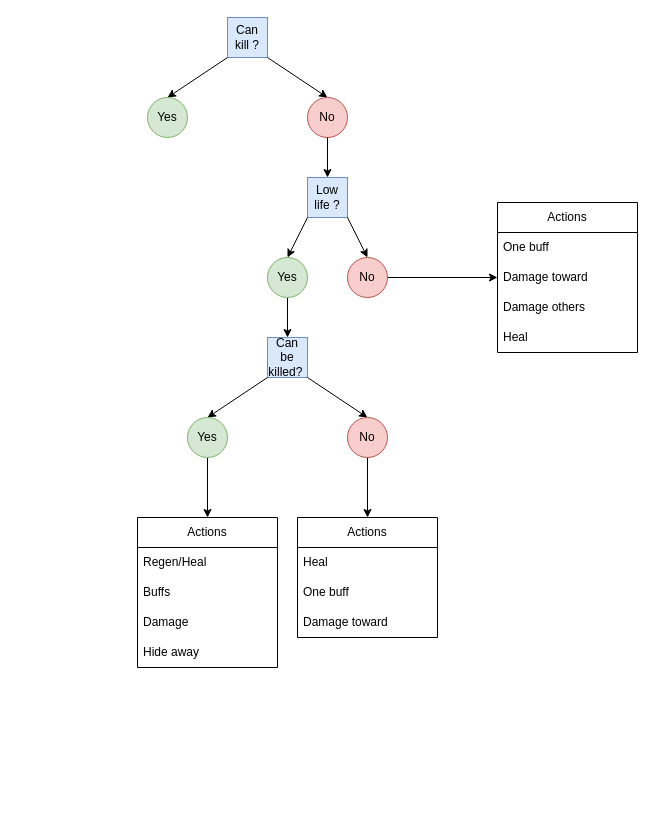
paulguillon/leekwars keeps this draw.io diagram as Diagramme sans nom.drawio. Above is the earlier version. Source tidied: cells renumbered, new cells numbered last; positions are measured from the earlier drawing's top-left corner, leaving out a move shared by most shapes. Both pictures are drawn from the tidied source at 100%, with x=0, y=0 at pixel (137, 17).
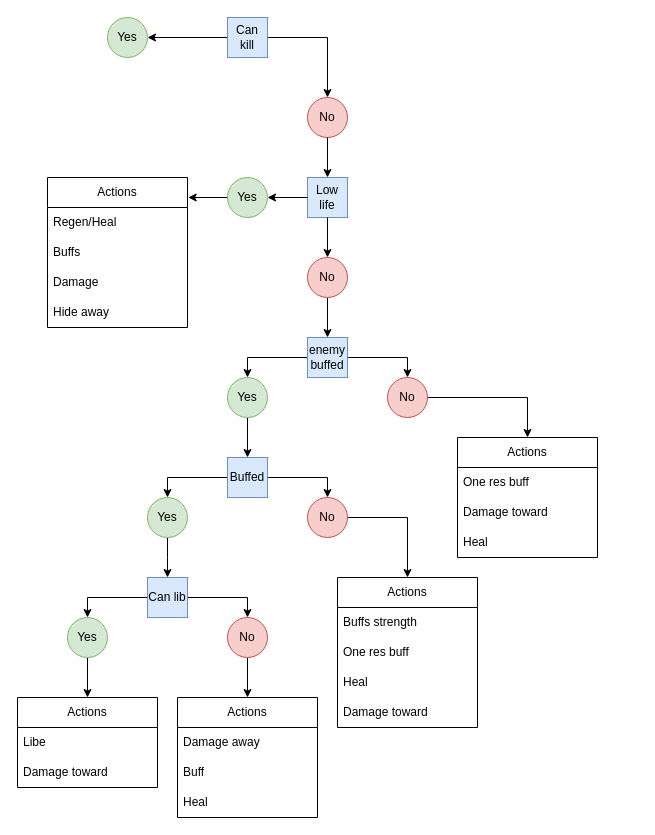
Above is the later version.

Commit message (it also covers changes not shown here):
Mettre à jour Diagramme sans nom.drawio

The change refers to these unchanged cells:
```xml
<mxCell id="7" value="No" style="ellipse;whiteSpace=wrap;html=1;fillColor=#f8cecc;strokeColor=#b85450;" parent="1" vertex="1">
  <mxGeometry x="170" y="80" width="40" height="40" as="geometry" />
</mxCell>
```

Diff of the diagram source:
```diff
@@
+    <mxCell id="4" style="edgeStyle=orthogonalEdgeStyle;rounded=0;jettySize=auto;html=1;exitX=1;exitY=0.5;exitDx=0;exitDy=0;" parent="1" edge="1" source="2" target="7">
+      <mxGeometry relative="1" as="geometry" />
+    </mxCell>
+    <mxCell id="3" style="edgeStyle=orthogonalEdgeStyle;rounded=0;jettySize=auto;html=1;exitX=0;exitY=0.5;exitDx=0;exitDy=0;" parent="1" edge="1" source="2" target="6">
+      <mxGeometry relative="1" as="geometry" />
+    </mxCell>
-    <mxCell id="2" value="Can kill ?" style="whiteSpace=wrap;html=1;fillColor=#dae8fc;strokeColor=#6c8ebf;" parent="1" vertex="1">
+    <mxCell id="2" value="Can kill" style="whiteSpace=wrap;html=1;fillColor=#dae8fc;strokeColor=#6c8ebf;" parent="1" vertex="1">
       <mxGeometry x="90" width="40" height="40" as="geometry" />
     </mxCell>
-    <mxCell id="3" style="endArrow=classic;html=1;rounded=0;exitX=0;exitY=1;exitDx=0;exitDy=0;entryX=0.5;entryY=0;entryDx=0;entryDy=0;" parent="1" edge="1" source="2" target="6">
-      <mxGeometry relative="1" as="geometry" />
-    </mxCell>
-    <mxCell id="4" style="endArrow=classic;html=1;rounded=0;exitX=1;exitY=1;exitDx=0;exitDy=0;entryX=0.5;entryY=0;entryDx=0;entryDy=0;" parent="1" edge="1" source="2" target="7">
-      <mxGeometry relative="1" as="geometry" />
-    </mxCell>
-    <mxCell id="5" value="Low life ?" style="whiteSpace=wrap;html=1;fillColor=#dae8fc;strokeColor=#6c8ebf;" parent="1" vertex="1">
+    <mxCell id="5" value="Low life" style="whiteSpace=wrap;html=1;fillColor=#dae8fc;strokeColor=#6c8ebf;" parent="1" vertex="1">
       <mxGeometry x="170" y="160" width="40" height="40" as="geometry" />
     </mxCell>
     <mxCell id="6" value="Yes" style="ellipse;whiteSpace=wrap;html=1;fillColor=#d5e8d4;strokeColor=#82b366;" parent="1" vertex="1">
-      <mxGeometry x="10" y="80" width="40" height="40" as="geometry" />
+      <mxGeometry x="-30" width="40" height="40" as="geometry" />
     </mxCell>
@@
-    <mxCell id="8" style="endArrow=classic;html=1;rounded=0;entryX=0.5;entryY=0;entryDx=0;entryDy=0;" parent="1" edge="1" target="11">
-      <mxGeometry relative="1" as="geometry">
-        <mxPoint x="170" y="200" as="sourcePoint" />
-      </mxGeometry>
+    <mxCell id="8" style="endArrow=classic;html=1;rounded=0;entryX=1;entryY=0.5;entryDx=0;entryDy=0;exitX=0;exitY=0.5;exitDx=0;exitDy=0;" parent="1" edge="1" source="5" target="11">
+      <mxGeometry relative="1" as="geometry" />
     </mxCell>
-    <mxCell id="9" style="endArrow=classic;html=1;rounded=0;exitX=1;exitY=1;exitDx=0;exitDy=0;entryX=0.5;entryY=0;entryDx=0;entryDy=0;" parent="1" edge="1" source="5" target="13">
+    <mxCell id="9" style="endArrow=classic;html=1;rounded=0;exitX=0.5;exitY=1;exitDx=0;exitDy=0;entryX=0.5;entryY=0;entryDx=0;entryDy=0;" parent="1" edge="1" source="5" target="13">
       <mxGeometry relative="1" as="geometry" />
     </mxCell>
-    <mxCell id="10" style="edgeStyle=orthogonalEdgeStyle;rounded=0;jettySize=auto;html=1;exitX=0.5;exitY=1;exitDx=0;exitDy=0;entryX=0.5;entryY=0;entryDx=0;entryDy=0;" parent="1" edge="1" source="11" target="15">
+    <mxCell id="10" style="edgeStyle=orthogonalEdgeStyle;rounded=0;jettySize=auto;html=1;exitX=0;exitY=0.5;exitDx=0;exitDy=0;entryX=1.005;entryY=0.131;entryDx=0;entryDy=0;entryPerimeter=0;" parent="1" edge="1" source="11" target="31">
       <mxGeometry relative="1" as="geometry" />
     </mxCell>
     <mxCell id="11" value="Yes" style="ellipse;whiteSpace=wrap;html=1;fillColor=#d5e8d4;strokeColor=#82b366;" parent="1" vertex="1">
-      <mxGeometry x="130" y="240" width="40" height="40" as="geometry" />
+      <mxGeometry x="90" y="160" width="40" height="40" as="geometry" />
     </mxCell>
-    <mxCell id="12" style="edgeStyle=orthogonalEdgeStyle;rounded=0;jettySize=auto;html=1;exitX=1;exitY=0.5;exitDx=0;exitDy=0;" parent="1" edge="1" source="13" target="26">
-      <mxGeometry relative="1" as="geometry" />
-    </mxCell>
+    <mxCell id="36" style="edgeStyle=orthogonalEdgeStyle;rounded=0;jettySize=auto;html=1;exitX=0.5;exitY=1;exitDx=0;exitDy=0;entryX=0.5;entryY=0;entryDx=0;entryDy=0;" parent="1" edge="1" source="13" target="39">
+      <mxGeometry relative="1" as="geometry" />
+    </mxCell>
     <mxCell id="13" value="No" style="ellipse;whiteSpace=wrap;html=1;fillColor=#f8cecc;strokeColor=#b85450;" parent="1" vertex="1">
-      <mxGeometry x="210" y="240" width="40" height="40" as="geometry" />
+      <mxGeometry x="170" y="240" width="40" height="40" as="geometry" />
     </mxCell>
@@
-    <mxCell id="15" value="Can be killed?&amp;nbsp;" style="whiteSpace=wrap;html=1;fillColor=#dae8fc;strokeColor=#6c8ebf;" parent="1" vertex="1">
-      <mxGeometry x="130" y="320" width="40" height="40" as="geometry" />
-    </mxCell>
-    <mxCell id="16" style="endArrow=classic;html=1;rounded=0;entryX=0.5;entryY=0;entryDx=0;entryDy=0;" parent="1" edge="1" target="19">
-      <mxGeometry relative="1" as="geometry">
-        <mxPoint x="130" y="360" as="sourcePoint" />
-      </mxGeometry>
-    </mxCell>
-    <mxCell id="17" style="endArrow=classic;html=1;rounded=0;entryX=0.5;entryY=0;entryDx=0;entryDy=0;" parent="1" edge="1" target="21">
-      <mxGeometry relative="1" as="geometry">
-        <mxPoint x="170" y="360" as="sourcePoint" />
-      </mxGeometry>
-    </mxCell>
-    <mxCell id="18" style="edgeStyle=orthogonalEdgeStyle;rounded=0;jettySize=auto;html=1;exitX=0.5;exitY=1;exitDx=0;exitDy=0;entryX=0.5;entryY=0;entryDx=0;entryDy=0;" parent="1" edge="1" source="19" target="31">
-      <mxGeometry relative="1" as="geometry" />
-    </mxCell>
-    <mxCell id="19" value="Yes" style="ellipse;whiteSpace=wrap;html=1;fillColor=#d5e8d4;strokeColor=#82b366;" parent="1" vertex="1">
-      <mxGeometry x="50" y="400" width="40" height="40" as="geometry" />
-    </mxCell>
-    <mxCell id="20" style="edgeStyle=orthogonalEdgeStyle;rounded=0;jettySize=auto;html=1;exitX=0.5;exitY=1;exitDx=0;exitDy=0;entryX=0.5;entryY=0;entryDx=0;entryDy=0;" parent="1" edge="1" source="21" target="22">
-      <mxGeometry relative="1" as="geometry" />
-    </mxCell>
-    <mxCell id="21" value="No" style="ellipse;whiteSpace=wrap;html=1;fillColor=#f8cecc;strokeColor=#b85450;" parent="1" vertex="1">
-      <mxGeometry x="210" y="400" width="40" height="40" as="geometry" />
-    </mxCell>
-    <mxCell id="22" value="Actions" style="swimlane;fontStyle=0;horizontal=1;startSize=30;whiteSpace=wrap;html=1;" parent="1" vertex="1">
-      <mxGeometry x="160" y="500" width="140" height="120" as="geometry" />
-    </mxCell>
-    <mxCell id="23" value="Heal" style="text;strokeColor=none;fillColor=none;align=left;verticalAlign=middle;spacingLeft=4;spacingRight=4;overflow=hidden;whiteSpace=wrap;html=1;" parent="22" vertex="1">
-      <mxGeometry y="30" width="140" height="30" as="geometry" />
-    </mxCell>
-    <mxCell id="24" value="One buff" style="text;strokeColor=none;fillColor=none;align=left;verticalAlign=middle;spacingLeft=4;spacingRight=4;overflow=hidden;whiteSpace=wrap;html=1;" parent="22" vertex="1">
-      <mxGeometry y="60" width="140" height="30" as="geometry" />
-    </mxCell>
-    <mxCell id="25" value="Damage toward" style="text;strokeColor=none;fillColor=none;align=left;verticalAlign=middle;spacingLeft=4;spacingRight=4;overflow=hidden;whiteSpace=wrap;html=1;" parent="22" vertex="1">
-      <mxGeometry y="90" width="140" height="30" as="geometry" />
-    </mxCell>
-    <mxCell id="26" value="Actions" style="swimlane;fontStyle=0;horizontal=1;startSize=30;whiteSpace=wrap;html=1;" parent="1" vertex="1">
-      <mxGeometry x="360" y="185" width="140" height="150" as="geometry" />
-    </mxCell>
-    <mxCell id="27" value="One buff" style="text;strokeColor=none;fillColor=none;align=left;verticalAlign=middle;spacingLeft=4;spacingRight=4;overflow=hidden;whiteSpace=wrap;html=1;" parent="26" vertex="1">
-      <mxGeometry y="30" width="140" height="30" as="geometry" />
-    </mxCell>
-    <mxCell id="28" value="Damage toward" style="text;strokeColor=none;fillColor=none;align=left;verticalAlign=middle;spacingLeft=4;spacingRight=4;overflow=hidden;whiteSpace=wrap;html=1;" parent="26" vertex="1">
-      <mxGeometry y="60" width="140" height="30" as="geometry" />
-    </mxCell>
-    <mxCell id="29" value="Damage others" style="text;strokeColor=none;fillColor=none;align=left;verticalAlign=middle;spacingLeft=4;spacingRight=4;overflow=hidden;whiteSpace=wrap;html=1;" parent="26" vertex="1">
-      <mxGeometry y="90" width="140" height="30" as="geometry" />
-    </mxCell>
-    <mxCell id="30" value="Heal" style="text;strokeColor=none;fillColor=none;align=left;verticalAlign=middle;spacingLeft=4;spacingRight=4;overflow=hidden;whiteSpace=wrap;html=1;" parent="26" vertex="1">
-      <mxGeometry y="120" width="140" height="30" as="geometry" />
-    </mxCell>
     <mxCell id="31" value="Actions" style="swimlane;fontStyle=0;horizontal=1;startSize=30;whiteSpace=wrap;html=1;" parent="1" vertex="1">
-      <mxGeometry y="500" width="140" height="150" as="geometry" />
+      <mxGeometry x="-90" y="160" width="140" height="150" as="geometry" />
     </mxCell>
@@
+    <mxCell id="37" style="edgeStyle=orthogonalEdgeStyle;rounded=0;jettySize=auto;html=1;exitX=1;exitY=0.5;exitDx=0;exitDy=0;entryX=0.5;entryY=0;entryDx=0;entryDy=0;" parent="1" edge="1" source="39" target="41">
+      <mxGeometry relative="1" as="geometry" />
+    </mxCell>
+    <mxCell id="38" style="edgeStyle=orthogonalEdgeStyle;rounded=0;jettySize=auto;html=1;exitX=0;exitY=0.5;exitDx=0;exitDy=0;entryX=0.5;entryY=0;entryDx=0;entryDy=0;" parent="1" edge="1" source="39" target="43">
+      <mxGeometry relative="1" as="geometry" />
+    </mxCell>
+    <mxCell id="39" value="enemy buffed" style="whiteSpace=wrap;html=1;fillColor=#dae8fc;strokeColor=#6c8ebf;" parent="1" vertex="1">
+      <mxGeometry x="170" y="320" width="40" height="40" as="geometry" />
+    </mxCell>
+    <mxCell id="40" style="edgeStyle=orthogonalEdgeStyle;rounded=0;jettySize=auto;html=1;exitX=1;exitY=0.5;exitDx=0;exitDy=0;entryX=0.5;entryY=0;entryDx=0;entryDy=0;" parent="1" edge="1" source="41" target="51">
+      <mxGeometry relative="1" as="geometry" />
+    </mxCell>
+    <mxCell id="41" value="No" style="ellipse;whiteSpace=wrap;html=1;fillColor=#f8cecc;strokeColor=#b85450;" parent="1" vertex="1">
+      <mxGeometry x="250" y="360" width="40" height="40" as="geometry" />
+    </mxCell>
+    <mxCell id="42" style="edgeStyle=orthogonalEdgeStyle;rounded=0;jettySize=auto;html=1;exitX=0.5;exitY=1;exitDx=0;exitDy=0;entryX=0.5;entryY=0;entryDx=0;entryDy=0;" parent="1" edge="1" source="43" target="46">
+      <mxGeometry relative="1" as="geometry" />
+    </mxCell>
+    <mxCell id="43" value="Yes" style="ellipse;whiteSpace=wrap;html=1;fillColor=#d5e8d4;strokeColor=#82b366;" parent="1" vertex="1">
+      <mxGeometry x="90" y="360" width="40" height="40" as="geometry" />
+    </mxCell>
+    <mxCell id="44" style="edgeStyle=orthogonalEdgeStyle;rounded=0;jettySize=auto;html=1;exitX=1;exitY=0.5;exitDx=0;exitDy=0;entryX=0.5;entryY=0;entryDx=0;entryDy=0;" parent="1" edge="1" source="46" target="48">
+      <mxGeometry relative="1" as="geometry" />
+    </mxCell>
+    <mxCell id="45" style="edgeStyle=orthogonalEdgeStyle;rounded=0;jettySize=auto;html=1;exitX=0;exitY=0.5;exitDx=0;exitDy=0;entryX=0.5;entryY=0;entryDx=0;entryDy=0;" parent="1" edge="1" source="46" target="50">
+      <mxGeometry relative="1" as="geometry" />
+    </mxCell>
+    <mxCell id="46" value="Buffed" style="whiteSpace=wrap;html=1;fillColor=#dae8fc;strokeColor=#6c8ebf;" parent="1" vertex="1">
+      <mxGeometry x="90" y="440" width="40" height="40" as="geometry" />
+    </mxCell>
+    <mxCell id="47" style="edgeStyle=orthogonalEdgeStyle;rounded=0;jettySize=auto;html=1;exitX=1;exitY=0.5;exitDx=0;exitDy=0;entryX=0.5;entryY=0;entryDx=0;entryDy=0;" parent="1" edge="1" source="48" target="62">
+      <mxGeometry relative="1" as="geometry" />
+    </mxCell>
+    <mxCell id="48" value="No" style="ellipse;whiteSpace=wrap;html=1;fillColor=#f8cecc;strokeColor=#b85450;" parent="1" vertex="1">
+      <mxGeometry x="170" y="480" width="40" height="40" as="geometry" />
+    </mxCell>
+    <mxCell id="49" style="edgeStyle=orthogonalEdgeStyle;rounded=0;jettySize=auto;html=1;exitX=0.5;exitY=1;exitDx=0;exitDy=0;entryX=0.5;entryY=0;entryDx=0;entryDy=0;" parent="1" edge="1" source="50">
+      <mxGeometry relative="1" as="geometry">
+        <mxPoint x="30" y="560" as="targetPoint" />
+      </mxGeometry>
+    </mxCell>
+    <mxCell id="50" value="Yes" style="ellipse;whiteSpace=wrap;html=1;fillColor=#d5e8d4;strokeColor=#82b366;" parent="1" vertex="1">
+      <mxGeometry x="10" y="480" width="40" height="40" as="geometry" />
+    </mxCell>
+    <mxCell id="51" value="Actions" style="swimlane;fontStyle=0;horizontal=1;startSize=30;whiteSpace=wrap;html=1;" parent="1" vertex="1">
+      <mxGeometry x="320" y="420" width="140" height="120" as="geometry" />
+    </mxCell>
+    <mxCell id="52" value="One res buff" style="text;strokeColor=none;fillColor=none;align=left;verticalAlign=middle;spacingLeft=4;spacingRight=4;overflow=hidden;whiteSpace=wrap;html=1;" parent="51" vertex="1">
+      <mxGeometry y="30" width="140" height="30" as="geometry" />
+    </mxCell>
+    <mxCell id="53" value="Damage toward" style="text;strokeColor=none;fillColor=none;align=left;verticalAlign=middle;spacingLeft=4;spacingRight=4;overflow=hidden;whiteSpace=wrap;html=1;" parent="51" vertex="1">
+      <mxGeometry y="60" width="140" height="30" as="geometry" />
+    </mxCell>
+    <mxCell id="54" value="Heal" style="text;strokeColor=none;fillColor=none;align=left;verticalAlign=middle;spacingLeft=4;spacingRight=4;overflow=hidden;whiteSpace=wrap;html=1;" parent="51" vertex="1">
+      <mxGeometry y="90" width="140" height="30" as="geometry" />
+    </mxCell>
+    <mxCell id="55" style="edgeStyle=orthogonalEdgeStyle;rounded=0;jettySize=auto;html=1;exitX=1;exitY=0.5;exitDx=0;exitDy=0;entryX=0.5;entryY=0;entryDx=0;entryDy=0;" parent="1" edge="1" source="57" target="59">
+      <mxGeometry relative="1" as="geometry" />
+    </mxCell>
+    <mxCell id="56" style="edgeStyle=orthogonalEdgeStyle;rounded=0;jettySize=auto;html=1;exitX=0;exitY=0.5;exitDx=0;exitDy=0;entryX=0.5;entryY=0;entryDx=0;entryDy=0;" parent="1" edge="1" source="57" target="61">
+      <mxGeometry relative="1" as="geometry" />
+    </mxCell>
+    <mxCell id="57" value="Can lib" style="whiteSpace=wrap;html=1;fillColor=#dae8fc;strokeColor=#6c8ebf;" parent="1" vertex="1">
+      <mxGeometry x="10" y="560" width="40" height="40" as="geometry" />
+    </mxCell>
+    <mxCell id="58" style="edgeStyle=orthogonalEdgeStyle;rounded=0;jettySize=auto;html=1;exitX=0.5;exitY=1;exitDx=0;exitDy=0;entryX=0.5;entryY=0;entryDx=0;entryDy=0;" parent="1" edge="1" source="59" target="70">
+      <mxGeometry relative="1" as="geometry" />
+    </mxCell>
+    <mxCell id="59" value="No" style="ellipse;whiteSpace=wrap;html=1;fillColor=#f8cecc;strokeColor=#b85450;" parent="1" vertex="1">
+      <mxGeometry x="90" y="600" width="40" height="40" as="geometry" />
+    </mxCell>
+    <mxCell id="60" style="edgeStyle=orthogonalEdgeStyle;rounded=0;jettySize=auto;html=1;exitX=0.5;exitY=1;exitDx=0;exitDy=0;entryX=0.5;entryY=0;entryDx=0;entryDy=0;" parent="1" edge="1" source="61" target="67">
+      <mxGeometry relative="1" as="geometry" />
+    </mxCell>
+    <mxCell id="61" value="Yes" style="ellipse;whiteSpace=wrap;html=1;fillColor=#d5e8d4;strokeColor=#82b366;" parent="1" vertex="1">
+      <mxGeometry x="-70" y="600" width="40" height="40" as="geometry" />
+    </mxCell>
+    <mxCell id="62" value="Actions" style="swimlane;fontStyle=0;horizontal=1;startSize=30;whiteSpace=wrap;html=1;" parent="1" vertex="1">
+      <mxGeometry x="200" y="560" width="140" height="150" as="geometry" />
+    </mxCell>
+    <mxCell id="63" value="Buffs strength" style="text;strokeColor=none;fillColor=none;align=left;verticalAlign=middle;spacingLeft=4;spacingRight=4;overflow=hidden;whiteSpace=wrap;html=1;" parent="62" vertex="1">
+      <mxGeometry y="30" width="140" height="30" as="geometry" />
+    </mxCell>
+    <mxCell id="64" value="One res buff" style="text;strokeColor=none;fillColor=none;align=left;verticalAlign=middle;spacingLeft=4;spacingRight=4;overflow=hidden;whiteSpace=wrap;html=1;" parent="62" vertex="1">
+      <mxGeometry y="60" width="140" height="30" as="geometry" />
+    </mxCell>
+    <mxCell id="65" value="Heal" style="text;strokeColor=none;fillColor=none;align=left;verticalAlign=middle;spacingLeft=4;spacingRight=4;overflow=hidden;whiteSpace=wrap;html=1;" parent="62" vertex="1">
+      <mxGeometry y="90" width="140" height="30" as="geometry" />
+    </mxCell>
+    <mxCell id="66" value="Damage toward" style="text;strokeColor=none;fillColor=none;align=left;verticalAlign=middle;spacingLeft=4;spacingRight=4;overflow=hidden;whiteSpace=wrap;html=1;" parent="62" vertex="1">
+      <mxGeometry y="120" width="140" height="30" as="geometry" />
+    </mxCell>
+    <mxCell id="67" value="Actions" style="swimlane;fontStyle=0;horizontal=1;startSize=30;whiteSpace=wrap;html=1;" parent="1" vertex="1">
+      <mxGeometry x="-120" y="680" width="140" height="90" as="geometry" />
+    </mxCell>
+    <mxCell id="68" value="Libe" style="text;strokeColor=none;fillColor=none;align=left;verticalAlign=middle;spacingLeft=4;spacingRight=4;overflow=hidden;whiteSpace=wrap;html=1;" parent="67" vertex="1">
+      <mxGeometry y="30" width="140" height="30" as="geometry" />
+    </mxCell>
+    <mxCell id="69" value="Damage toward" style="text;strokeColor=none;fillColor=none;align=left;verticalAlign=middle;spacingLeft=4;spacingRight=4;overflow=hidden;whiteSpace=wrap;html=1;" parent="67" vertex="1">
+      <mxGeometry y="60" width="140" height="30" as="geometry" />
+    </mxCell>
+    <mxCell id="70" value="Actions" style="swimlane;fontStyle=0;horizontal=1;startSize=30;whiteSpace=wrap;html=1;" parent="1" vertex="1">
+      <mxGeometry x="40" y="680" width="140" height="120" as="geometry" />
+    </mxCell>
+    <mxCell id="71" value="Damage away" style="text;strokeColor=none;fillColor=none;align=left;verticalAlign=middle;spacingLeft=4;spacingRight=4;overflow=hidden;whiteSpace=wrap;html=1;" parent="70" vertex="1">
+      <mxGeometry y="30" width="140" height="30" as="geometry" />
+    </mxCell>
+    <mxCell id="72" value="Buff" style="text;strokeColor=none;fillColor=none;align=left;verticalAlign=middle;spacingLeft=4;spacingRight=4;overflow=hidden;whiteSpace=wrap;html=1;" parent="70" vertex="1">
+      <mxGeometry y="60" width="140" height="30" as="geometry" />
+    </mxCell>
+    <mxCell id="73" value="Heal" style="text;strokeColor=none;fillColor=none;align=left;verticalAlign=middle;spacingLeft=4;spacingRight=4;overflow=hidden;whiteSpace=wrap;html=1;" parent="70" vertex="1">
+      <mxGeometry y="90" width="140" height="30" as="geometry" />
+    </mxCell>
```
